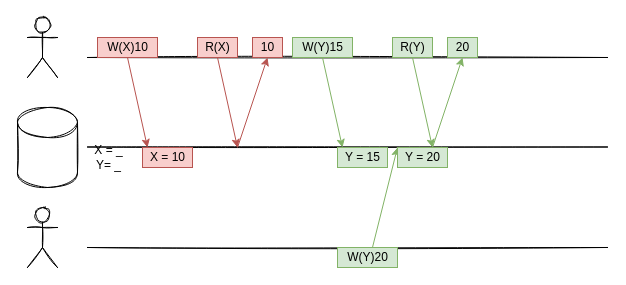
The draw.io diagram page "linearabilidade" (3 of 8) of docs/drawings/disdb.drawio in lasarojc/ds_notes, before the edit. Source tidied: cells renumbered, new cells numbered last; positions are measured from the earlier drawing's top-left corner, leaving out a move shared by most shapes. Both pictures are drawn from the tidied source at 100%, with x=0, y=0 at pixel (17, 17).
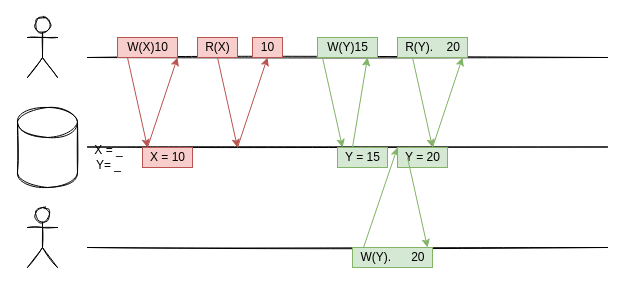
The same page after the edit.

What changed in the source:
```diff
@@
     <mxCell id="11" value="W(X)10" style="text;html=1;align=center;verticalAlign=middle;fillColor=#f8cecc;strokeColor=#b85450;" parent="1" vertex="1">
-      <mxGeometry x="80" y="20" width="60" height="20" as="geometry" />
+      <mxGeometry x="100" y="20" width="60" height="20" as="geometry" />
     </mxCell>
@@
     <mxCell id="18" value="W(Y)15" style="text;html=1;align=center;verticalAlign=middle;fillColor=#d5e8d4;strokeColor=#82b366;" parent="1" vertex="1">
-      <mxGeometry x="275" y="20" width="60" height="20" as="geometry" />
+      <mxGeometry x="300" y="20" width="60" height="20" as="geometry" />
     </mxCell>
-    <mxCell id="19" value="R(Y)" style="text;html=1;align=center;verticalAlign=middle;fillColor=#d5e8d4;strokeColor=#82b366;" parent="1" vertex="1">
-      <mxGeometry x="375" y="20" width="40" height="20" as="geometry" />
+    <mxCell id="19" value="R(Y).&amp;nbsp; &amp;nbsp; 20" style="text;html=1;align=center;verticalAlign=middle;fillColor=#d5e8d4;strokeColor=#82b366;" parent="1" vertex="1">
+      <mxGeometry x="380" y="20" width="70" height="20" as="geometry" />
     </mxCell>
-    <mxCell id="20" value="20" style="text;html=1;align=center;verticalAlign=middle;fillColor=#d5e8d4;strokeColor=#82b366;" parent="1" vertex="1">
-      <mxGeometry x="430" y="20" width="30" height="20" as="geometry" />
-    </mxCell>
@@
-    <mxCell id="23" value="W(Y)20" style="text;html=1;align=center;verticalAlign=middle;points=[];fillColor=#d5e8d4;strokeColor=#82b366;" parent="1" vertex="1">
-      <mxGeometry x="320" y="230" width="60" height="20" as="geometry" />
+    <mxCell id="23" value="W(Y).&amp;nbsp; &amp;nbsp; &amp;nbsp; 20" style="text;html=1;align=center;verticalAlign=middle;points=[];fillColor=#d5e8d4;strokeColor=#82b366;" parent="1" vertex="1">
+      <mxGeometry x="335" y="230" width="80" height="20" as="geometry" />
     </mxCell>
-    <mxCell id="24" style="endArrow=classic;html=1;exitX=0.583;exitY=0;exitDx=0;exitDy=0;exitPerimeter=0;fillColor=#d5e8d4;strokeColor=#82b366;" parent="1" edge="1" source="23">
+    <mxCell id="24" style="endArrow=classic;html=1;exitX=0.138;exitY=0;exitDx=0;exitDy=0;exitPerimeter=0;fillColor=#d5e8d4;strokeColor=#82b366;" parent="1" edge="1" source="23">
       <mxGeometry relative="1" as="geometry">
         <mxPoint x="380" y="130" as="targetPoint" />
       </mxGeometry>
     </mxCell>
@@
+    <mxCell id="26" style="endArrow=classic;html=1;fillColor=#f8cecc;strokeColor=#b85450;" parent="1" edge="1">
+      <mxGeometry relative="1" as="geometry">
+        <mxPoint x="130" y="130" as="sourcePoint" />
+        <mxPoint x="160" y="40" as="targetPoint" />
+      </mxGeometry>
+    </mxCell>
+    <mxCell id="27" style="endArrow=classic;html=1;fillColor=#d5e8d4;strokeColor=#82b366;" parent="1" edge="1">
+      <mxGeometry relative="1" as="geometry">
+        <mxPoint x="335" y="130" as="sourcePoint" />
+        <mxPoint x="350" y="40" as="targetPoint" />
+      </mxGeometry>
+    </mxCell>
+    <mxCell id="28" style="endArrow=classic;html=1;fillColor=#d5e8d4;strokeColor=#82b366;" parent="1" edge="1">
+      <mxGeometry relative="1" as="geometry">
+        <mxPoint x="390" y="140" as="sourcePoint" />
+        <mxPoint x="410" y="230" as="targetPoint" />
+      </mxGeometry>
+    </mxCell>
```
